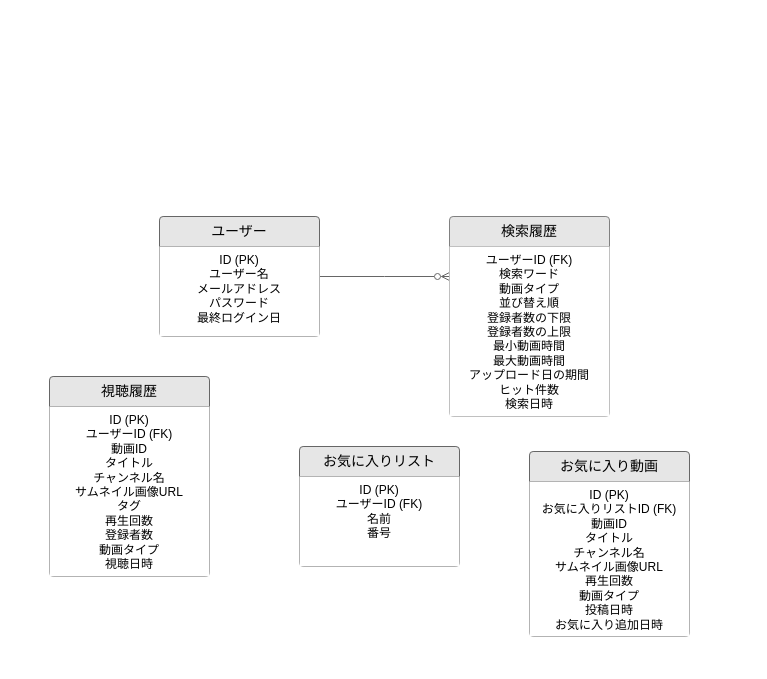
Before: Youtube_search_django/er_diagram.drawio in rezi7mn/youtube_search, a draw.io diagram. Source tidied: cells renumbered, new cells numbered last; positions are measured from the earlier drawing's top-left corner, leaving out a move shared by most shapes. Both pictures are drawn from the tidied source at 100%, with x=0, y=0 at pixel (49, 216).
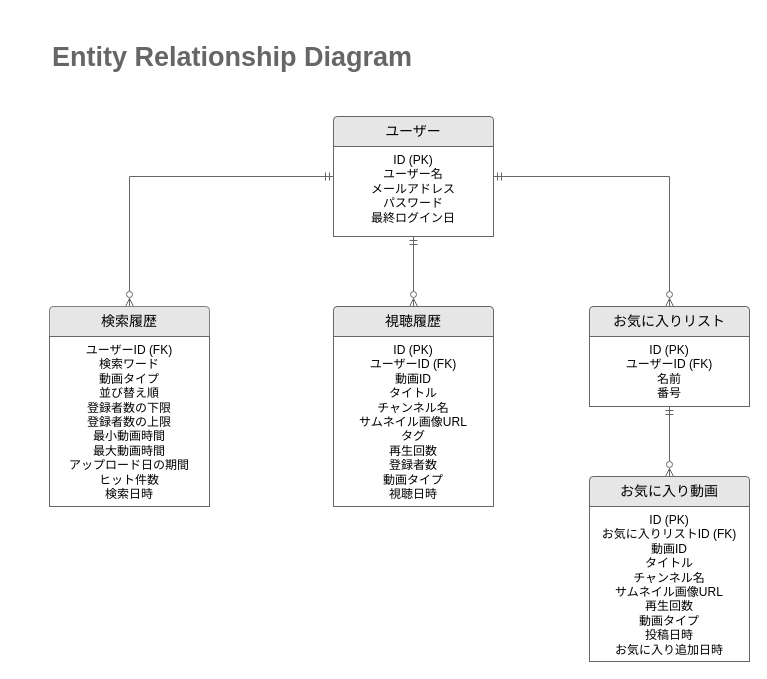
The same page after the edit.

What changed in the source:
```diff
@@
 <mxGraphModel>
   <root>
     <mxCell id="0" />
     <mxCell id="1" parent="0" />
-    <mxCell id="2" style="edgeStyle=orthogonalEdgeStyle;rounded=0;jettySize=auto;html=1;exitX=1;exitY=0.5;exitDx=0;exitDy=0;entryX=0;entryY=0.5;entryDx=0;entryDy=0;endArrow=ERzeroToMany;endFill=0;strokeColor=#666666;" parent="1" edge="1" source="3">
-      <mxGeometry relative="1" as="geometry">
-        <mxPoint x="400" y="60" as="targetPoint" />
-      </mxGeometry>
+    <mxCell id="2" style="edgeStyle=orthogonalEdgeStyle;rounded=0;jettySize=auto;html=1;exitX=1;exitY=0.5;exitDx=0;exitDy=0;entryX=0.5;entryY=0;entryDx=0;entryDy=0;endArrow=ERzeroToMany;endFill=0;strokeColor=#666666;startArrow=ERmandOne;startFill=0;" parent="1" edge="1" source="3" target="9">
+      <mxGeometry relative="1" as="geometry" />
     </mxCell>
+    <mxCell id="13" style="edgeStyle=orthogonalEdgeStyle;rounded=0;jettySize=auto;html=1;exitX=0.5;exitY=1;exitDx=0;exitDy=0;entryX=0.5;entryY=0;entryDx=0;entryDy=0;strokeColor=#666666;endArrow=ERzeroToMany;endFill=0;startArrow=ERmandOne;startFill=0;" parent="1" edge="1" source="3" target="7">
+      <mxGeometry relative="1" as="geometry" />
+    </mxCell>
+    <mxCell id="14" style="edgeStyle=orthogonalEdgeStyle;rounded=0;jettySize=auto;html=1;exitX=0;exitY=0.5;exitDx=0;exitDy=0;entryX=0.5;entryY=0;entryDx=0;entryDy=0;startArrow=ERmandOne;startFill=0;endArrow=ERzeroToMany;endFill=0;strokeColor=#666666;" parent="1" edge="1" source="3" target="5">
+      <mxGeometry relative="1" as="geometry" />
+    </mxCell>
     <mxCell id="3" value="ユーザー" style="swimlane;horizontal=1;startSize=30;rounded=1;fontSize=14;fontStyle=0;strokeWidth=1;shadow=0;dashed=0;align=center;arcSize=4;whiteSpace=wrap;html=1;fillColor=light-dark(#E6E6E6,#1976D2);gradientColor=none;strokeColor=#666666;" parent="1" vertex="1">
-      <mxGeometry x="110" width="160" height="120" as="geometry" />
+      <mxGeometry x="284" y="-100" width="160" height="120" as="geometry" />
     </mxCell>
-    <mxCell id="4" value="&lt;div&gt;ID (PK)&lt;/div&gt;&lt;div&gt;ユーザー名&lt;/div&gt;&lt;div&gt;メールアドレス&lt;/div&gt;&lt;div&gt;パスワード&lt;/div&gt;&lt;div style=&quot;&quot;&gt;最終ログイン日&lt;/div&gt;" style="align=center;strokeColor=none;fillColor=#FFFFFF;spacingLeft=4;spacingRight=4;fontSize=12;verticalAlign=top;html=1;whiteSpace=wrap;" parent="3" vertex="1">
+    <mxCell id="4" value="&lt;div&gt;ID (PK)&lt;/div&gt;&lt;div&gt;ユーザー名&lt;/div&gt;&lt;div&gt;メールアドレス&lt;/div&gt;&lt;div&gt;パスワード&lt;/div&gt;&lt;div style=&quot;&quot;&gt;最終ログイン日&lt;/div&gt;" style="align=center;strokeColor=#666666;fillColor=#FFFFFF;spacingLeft=4;spacingRight=4;fontSize=12;verticalAlign=top;html=1;whiteSpace=wrap;" parent="3" vertex="1">
       <mxGeometry y="30" width="160" height="90" as="geometry" />
     </mxCell>
     <mxCell id="5" value="検索履歴" style="swimlane;horizontal=1;startSize=30;rounded=1;fontSize=14;fontStyle=0;strokeWidth=1;shadow=0;dashed=0;align=center;arcSize=4;whiteSpace=wrap;html=1;fillColor=light-dark(#E6E6E6,#1976D2);gradientColor=none;strokeColor=#808080;" parent="1" vertex="1">
-      <mxGeometry x="400" width="160" height="200" as="geometry" />
+      <mxGeometry y="90" width="160" height="200" as="geometry" />
     </mxCell>
-    <mxCell id="6" value="&lt;div&gt;ユーザーID (FK)&lt;/div&gt;&lt;div&gt;検索ワード&lt;/div&gt;&lt;div&gt;動画タイプ&lt;/div&gt;&lt;div&gt;並び替え順&lt;/div&gt;&lt;div&gt;登録者数の下限&lt;/div&gt;&lt;div&gt;登録者数の上限&lt;/div&gt;&lt;div&gt;最小動画時間&lt;/div&gt;&lt;div&gt;最大動画時間&lt;/div&gt;&lt;div&gt;アップロード日の期間&lt;/div&gt;&lt;div&gt;ヒット件数&lt;/div&gt;&lt;div&gt;検索日時&lt;/div&gt;" style="align=center;strokeColor=none;fillColor=#FFFFFF;spacingLeft=4;spacingRight=4;fontSize=12;verticalAlign=top;html=1;whiteSpace=wrap;" parent="5" vertex="1">
+    <mxCell id="6" value="&lt;div&gt;ユーザーID (FK)&lt;/div&gt;&lt;div&gt;検索ワード&lt;/div&gt;&lt;div&gt;動画タイプ&lt;/div&gt;&lt;div&gt;並び替え順&lt;/div&gt;&lt;div&gt;登録者数の下限&lt;/div&gt;&lt;div&gt;登録者数の上限&lt;/div&gt;&lt;div&gt;最小動画時間&lt;/div&gt;&lt;div&gt;最大動画時間&lt;/div&gt;&lt;div&gt;アップロード日の期間&lt;/div&gt;&lt;div&gt;ヒット件数&lt;/div&gt;&lt;div&gt;検索日時&lt;/div&gt;" style="align=center;strokeColor=#666666;fillColor=#FFFFFF;spacingLeft=4;spacingRight=4;fontSize=12;verticalAlign=top;html=1;whiteSpace=wrap;" parent="5" vertex="1">
       <mxGeometry y="30" width="160" height="170" as="geometry" />
     </mxCell>
     <mxCell id="7" value="視聴履歴" style="swimlane;horizontal=1;startSize=30;rounded=1;fontSize=14;fontStyle=0;strokeWidth=1;shadow=0;dashed=0;align=center;arcSize=4;whiteSpace=wrap;html=1;fillColor=light-dark(#E6E6E6,#1976D2);gradientColor=none;strokeColor=#666666;" parent="1" vertex="1">
-      <mxGeometry y="160" width="160" height="200" as="geometry" />
+      <mxGeometry x="284" y="90" width="160" height="200" as="geometry" />
     </mxCell>
-    <mxCell id="8" value="&lt;div&gt;ID (PK)&lt;/div&gt;&lt;div&gt;ユーザーID (FK)&lt;/div&gt;&lt;div&gt;動画ID&lt;/div&gt;&lt;div&gt;タイトル&lt;/div&gt;&lt;div&gt;チャンネル名&lt;/div&gt;&lt;div&gt;サムネイル画像URL&lt;/div&gt;&lt;div&gt;タグ&lt;/div&gt;&lt;div&gt;再生回数&lt;/div&gt;&lt;div&gt;登録者数&lt;/div&gt;&lt;div&gt;動画タイプ&lt;/div&gt;&lt;div&gt;視聴日時&lt;/div&gt;" style="align=center;strokeColor=none;fillColor=#FFFFFF;spacingLeft=4;spacingRight=4;fontSize=12;verticalAlign=top;html=1;whiteSpace=wrap;" parent="7" vertex="1">
+    <mxCell id="8" value="&lt;div&gt;ID (PK)&lt;/div&gt;&lt;div&gt;ユーザーID (FK)&lt;/div&gt;&lt;div&gt;動画ID&lt;/div&gt;&lt;div&gt;タイトル&lt;/div&gt;&lt;div&gt;チャンネル名&lt;/div&gt;&lt;div&gt;サムネイル画像URL&lt;/div&gt;&lt;div&gt;タグ&lt;/div&gt;&lt;div&gt;再生回数&lt;/div&gt;&lt;div&gt;登録者数&lt;/div&gt;&lt;div&gt;動画タイプ&lt;/div&gt;&lt;div&gt;視聴日時&lt;/div&gt;" style="align=center;strokeColor=#666666;fillColor=#FFFFFF;spacingLeft=4;spacingRight=4;fontSize=12;verticalAlign=top;html=1;whiteSpace=wrap;" parent="7" vertex="1">
       <mxGeometry y="30" width="160" height="170" as="geometry" />
     </mxCell>
+    <mxCell id="15" style="edgeStyle=orthogonalEdgeStyle;rounded=0;jettySize=auto;html=1;exitX=0.5;exitY=1;exitDx=0;exitDy=0;entryX=0.5;entryY=0;entryDx=0;entryDy=0;endArrow=ERzeroToMany;endFill=0;strokeColor=#666666;startArrow=ERmandOne;startFill=0;" parent="1" edge="1" source="9" target="11">
+      <mxGeometry relative="1" as="geometry" />
+    </mxCell>
     <mxCell id="9" value="お気に入りリスト" style="swimlane;horizontal=1;startSize=30;rounded=1;fontSize=14;fontStyle=0;strokeWidth=1;shadow=0;dashed=0;align=center;arcSize=4;whiteSpace=wrap;html=1;fillColor=light-dark(#E6E6E6,#1976D2);gradientColor=none;strokeColor=#666666;" parent="1" vertex="1">
-      <mxGeometry x="250" y="230" width="160" height="120" as="geometry" />
+      <mxGeometry x="540" y="90" width="160" height="100" as="geometry" />
     </mxCell>
-    <mxCell id="10" value="&lt;div&gt;ID (PK)&lt;/div&gt;&lt;div&gt;ユーザーID (FK)&lt;/div&gt;&lt;div&gt;名前&lt;/div&gt;&lt;div&gt;番号&lt;/div&gt;" style="align=center;strokeColor=none;fillColor=#FFFFFF;spacingLeft=4;spacingRight=4;fontSize=12;verticalAlign=top;html=1;whiteSpace=wrap;" parent="9" vertex="1">
-      <mxGeometry y="30" width="160" height="90" as="geometry" />
+    <mxCell id="10" value="&lt;div&gt;ID (PK)&lt;/div&gt;&lt;div&gt;ユーザーID (FK)&lt;/div&gt;&lt;div&gt;名前&lt;/div&gt;&lt;div&gt;番号&lt;/div&gt;" style="align=center;strokeColor=#666666;fillColor=#FFFFFF;spacingLeft=4;spacingRight=4;fontSize=12;verticalAlign=top;html=1;whiteSpace=wrap;perimeterSpacing=0;" parent="9" vertex="1">
+      <mxGeometry y="30" width="160" height="70" as="geometry" />
     </mxCell>
     <mxCell id="11" value="お気に入り動画" style="swimlane;horizontal=1;startSize=30;rounded=1;fontSize=14;fontStyle=0;strokeWidth=1;shadow=0;dashed=0;align=center;arcSize=4;whiteSpace=wrap;html=1;fillColor=light-dark(#E6E6E6,#1976D2);gradientColor=none;strokeColor=#666666;" parent="1" vertex="1">
-      <mxGeometry x="480" y="235" width="160" height="185" as="geometry" />
+      <mxGeometry x="540" y="260" width="160" height="185" as="geometry" />
     </mxCell>
-    <mxCell id="12" value="&lt;div&gt;ID (PK)&lt;/div&gt;&lt;div&gt;お気に入りリストID (FK)&lt;/div&gt;&lt;div&gt;動画ID&lt;/div&gt;&lt;div&gt;タイトル&lt;/div&gt;&lt;div&gt;チャンネル名&lt;/div&gt;&lt;div&gt;サムネイル画像URL&lt;/div&gt;&lt;div&gt;再生回数&lt;/div&gt;&lt;div&gt;動画タイプ&lt;/div&gt;&lt;div&gt;投稿日時&lt;/div&gt;&lt;div&gt;お気に入り追加日時&lt;/div&gt;" style="align=center;strokeColor=none;fillColor=#FFFFFF;spacingLeft=4;spacingRight=4;fontSize=12;verticalAlign=top;html=1;whiteSpace=wrap;" parent="11" vertex="1">
+    <mxCell id="12" value="&lt;div&gt;ID (PK)&lt;/div&gt;&lt;div&gt;お気に入りリストID (FK)&lt;/div&gt;&lt;div&gt;動画ID&lt;/div&gt;&lt;div&gt;タイトル&lt;/div&gt;&lt;div&gt;チャンネル名&lt;/div&gt;&lt;div&gt;サムネイル画像URL&lt;/div&gt;&lt;div&gt;再生回数&lt;/div&gt;&lt;div&gt;動画タイプ&lt;/div&gt;&lt;div&gt;投稿日時&lt;/div&gt;&lt;div&gt;お気に入り追加日時&lt;/div&gt;" style="align=center;strokeColor=#666666;fillColor=#FFFFFF;spacingLeft=4;spacingRight=4;fontSize=12;verticalAlign=top;html=1;whiteSpace=wrap;" parent="11" vertex="1">
       <mxGeometry y="30" width="160" height="155" as="geometry" />
     </mxCell>
+    <mxCell id="16" value="&lt;span style=&quot;font-family: &amp;quot;Noto Sans JP&amp;quot;, &amp;quot;ヒラギノ角ゴ Pro W3&amp;quot;, &amp;quot;Hiragino Kaku Gothic Pro&amp;quot;, メイリオ, Meiryo, YuGothic, 游ゴシック, &amp;quot;ＭＳ Ｐゴシック&amp;quot;, &amp;quot;MS PGothic&amp;quot;, arial, sans-serif; text-align: start; background-color: rgb(255, 255, 255); color: rgb(102, 102, 102);&quot;&gt;&lt;font style=&quot;font-size: 27px;&quot;&gt;&lt;b style=&quot;&quot;&gt;Entity Relationship Diagram&lt;/b&gt;&lt;/font&gt;&lt;/span&gt;" style="text;html=1;whiteSpace=wrap;align=center;verticalAlign=middle;rounded=0;" parent="1" vertex="1">
+      <mxGeometry x="-32" y="-199" width="430" height="80" as="geometry" />
+    </mxCell>
   </root>
 </mxGraphModel>
```
